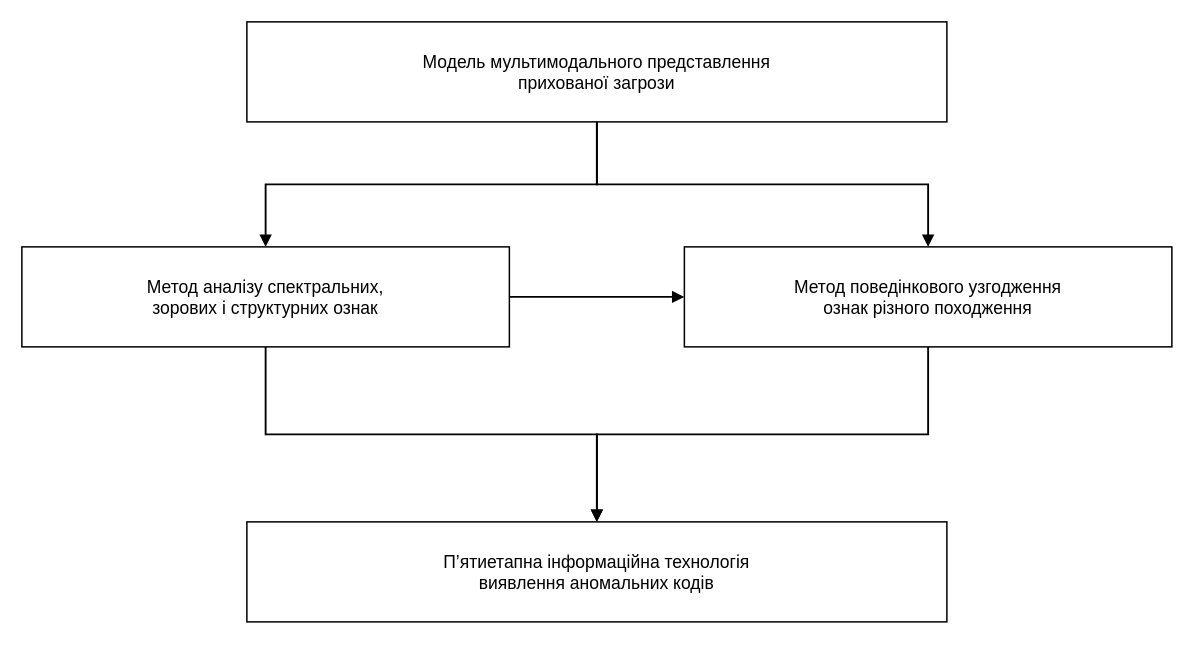
This is title/figures_drawio/fig_2_5_detection_process.drawio from oleksandrmelnychenko/dima-phd, a draw.io file, before an edit. Source tidied: cells renumbered, new cells numbered last; positions are measured from the earlier drawing's top-left corner, leaving out a move shared by most shapes. Both pictures are drawn from the tidied source at 125%, with x=0, y=0 at pixel (21, 21).
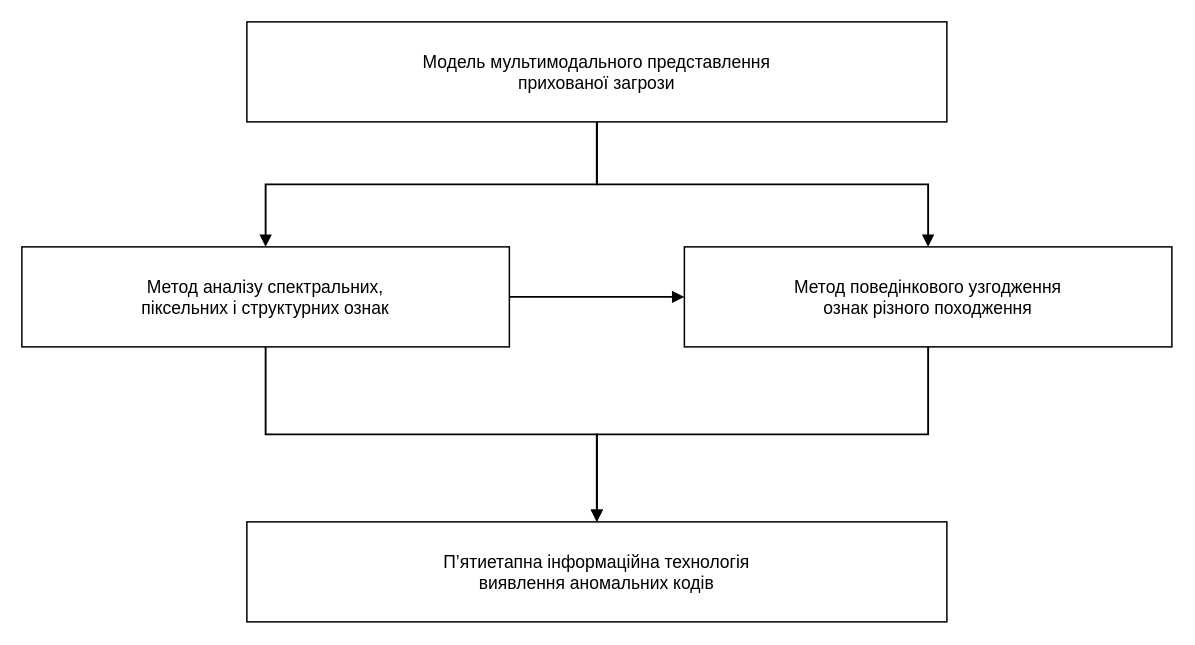
The same diagram, later.

Change to the diagram source:
```diff
@@
 <mxGraphModel>
   <root>
     <mxCell id="0" />
     <mxCell id="1" parent="0" />
     <mxCell id="2" value="Модель мультимодального представлення&lt;br&gt;прихованої загрози" style="rounded=0;whiteSpace=wrap;html=1;fillColor=#ffffff;strokeColor=#000000;strokeWidth=1.2;fontColor=#000000;fontSize=14;align=center;verticalAlign=middle;spacing=8;" parent="1" vertex="1">
       <mxGeometry x="180" width="560" height="80" as="geometry" />
     </mxCell>
-    <mxCell id="3" value="Метод аналізу спектральних,&lt;br&gt;зорових і структурних ознак" style="rounded=0;whiteSpace=wrap;html=1;fillColor=#ffffff;strokeColor=#000000;strokeWidth=1.2;fontColor=#000000;fontSize=14;align=center;verticalAlign=middle;spacing=8;" parent="1" vertex="1">
+    <mxCell id="3" value="Метод аналізу спектральних,&lt;br&gt;піксельних і структурних ознак" style="rounded=0;whiteSpace=wrap;html=1;fillColor=#ffffff;strokeColor=#000000;strokeWidth=1.2;fontColor=#000000;fontSize=14;align=center;verticalAlign=middle;spacing=8;" parent="1" vertex="1">
       <mxGeometry y="180" width="390" height="80" as="geometry" />
     </mxCell>
     <mxCell id="4" value="Метод поведінкового узгодження&lt;br&gt;ознак різного походження" style="rounded=0;whiteSpace=wrap;html=1;fillColor=#ffffff;strokeColor=#000000;strokeWidth=1.2;fontColor=#000000;fontSize=14;align=center;verticalAlign=middle;spacing=8;" parent="1" vertex="1">
       <mxGeometry x="530" y="180" width="390" height="80" as="geometry" />
     </mxCell>
     <mxCell id="5" value="П’ятиетапна інформаційна технологія&lt;br&gt;виявлення аномальних кодів" style="rounded=0;whiteSpace=wrap;html=1;fillColor=#ffffff;strokeColor=#000000;strokeWidth=1.2;fontColor=#000000;fontSize=14;align=center;verticalAlign=middle;spacing=8;" parent="1" vertex="1">
       <mxGeometry x="180" y="400" width="560" height="80" as="geometry" />
     </mxCell>
     <mxCell id="6" style="edgeStyle=orthogonalEdgeStyle;rounded=0;jettySize=auto;html=1;endArrow=block;endFill=1;strokeColor=#000000;strokeWidth=1.5;" parent="1" edge="1" source="2" target="3">
       <mxGeometry relative="1" as="geometry" />
     </mxCell>
     <mxCell id="7" style="edgeStyle=orthogonalEdgeStyle;rounded=0;jettySize=auto;html=1;endArrow=block;endFill=1;strokeColor=#000000;strokeWidth=1.5;" parent="1" edge="1" source="2" target="4">
       <mxGeometry relative="1" as="geometry" />
     </mxCell>
     <mxCell id="8" style="edgeStyle=orthogonalEdgeStyle;rounded=0;jettySize=auto;html=1;endArrow=block;endFill=1;strokeColor=#000000;strokeWidth=1.5;" parent="1" edge="1" source="3" target="4">
       <mxGeometry relative="1" as="geometry" />
     </mxCell>
     <mxCell id="9" style="edgeStyle=orthogonalEdgeStyle;rounded=0;jettySize=auto;html=1;endArrow=block;endFill=1;strokeColor=#000000;strokeWidth=1.5;" parent="1" edge="1" source="3" target="5">
       <mxGeometry relative="1" as="geometry" />
     </mxCell>
     <mxCell id="10" style="edgeStyle=orthogonalEdgeStyle;rounded=0;jettySize=auto;html=1;endArrow=block;endFill=1;strokeColor=#000000;strokeWidth=1.5;" parent="1" edge="1" source="4" target="5">
       <mxGeometry relative="1" as="geometry" />
     </mxCell>
   </root>
 </mxGraphModel>
```
